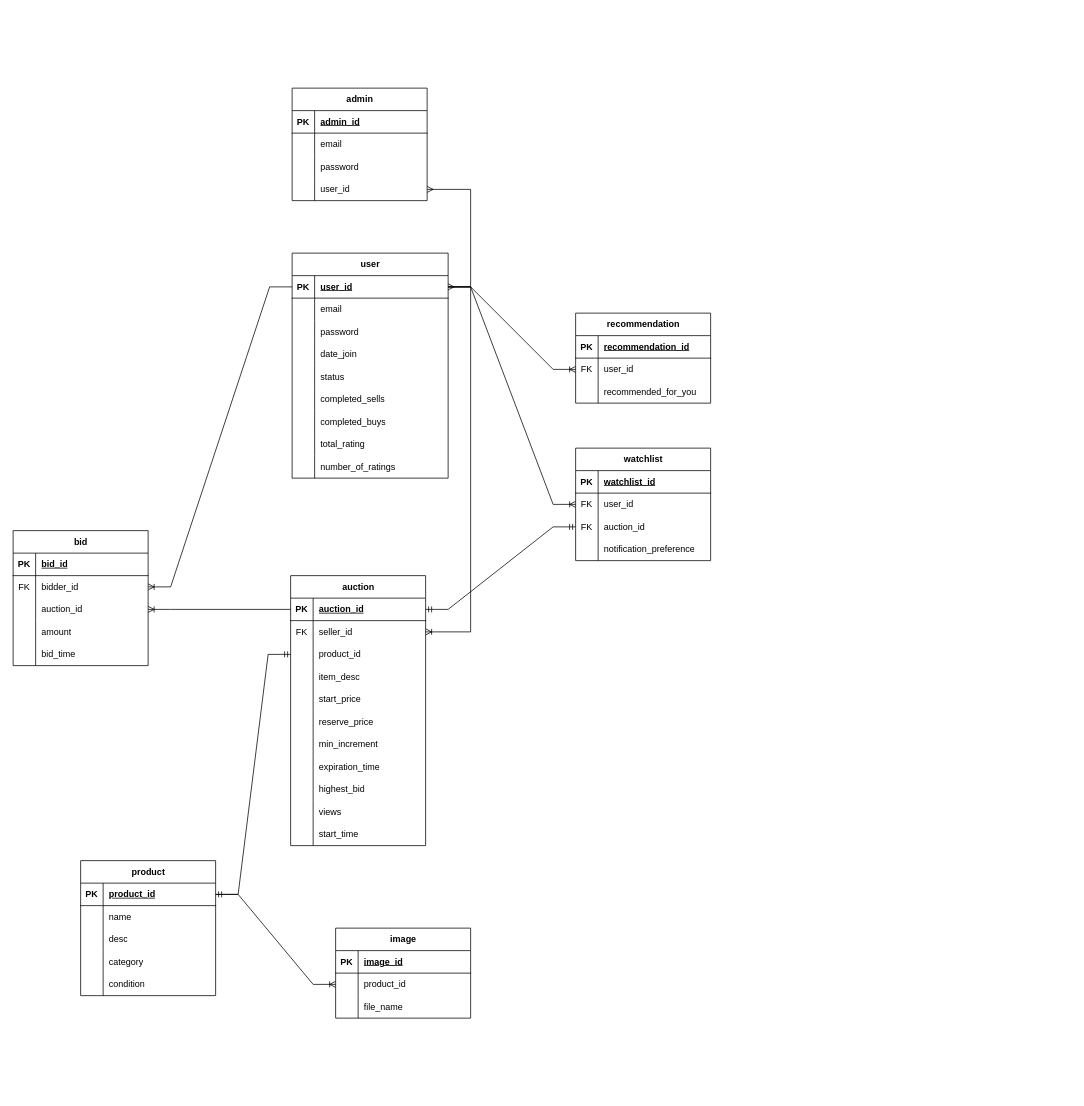
Earlier version of the draw.io diagram Untitled Diagram.drawio (TufayelM/auction_website). Source tidied: cells renumbered, new cells numbered last; positions are measured from the earlier drawing's top-left corner, leaving out a move shared by most shapes. Both pictures are drawn from the tidied source at 75%, with x=0, y=0 at pixel (13, 88).
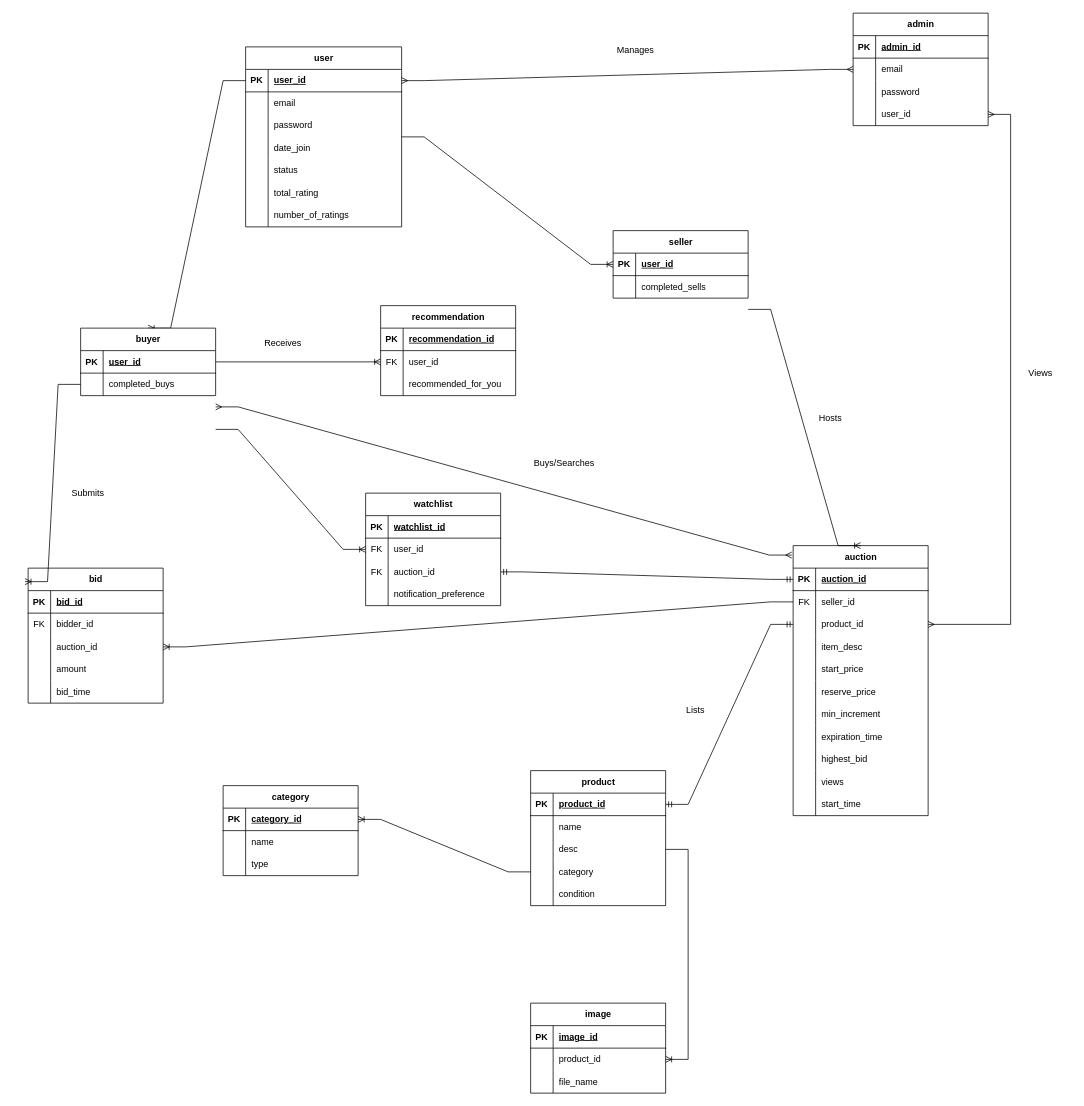
After the change.

Commit message:
Post feedback

Unchanged cells that the change refers to:
```xml
<mxCell id="3" style="shape=tableRow;horizontal=0;startSize=0;swimlaneHead=0;swimlaneBody=0;fillColor=none;points=[[0,0.5],[1,0.5]];portConstraint=eastwest;top=0;left=0;right=0;bottom=1;" parent="2" vertex="1">
  <mxGeometry y="30" width="208" height="30" as="geometry" />
</mxCell>
<mxCell id="34" style="shape=tableRow;horizontal=0;startSize=0;swimlaneHead=0;swimlaneBody=0;fillColor=none;points=[[0,0.5],[1,0.5]];portConstraint=eastwest;top=0;left=0;right=0;bottom=0;" parent="30" vertex="1">
  <mxGeometry y="60" width="180" height="30" as="geometry" />
</mxCell>
<mxCell id="37" style="shape=tableRow;horizontal=0;startSize=0;swimlaneHead=0;swimlaneBody=0;fillColor=none;points=[[0,0.5],[1,0.5]];portConstraint=eastwest;top=0;left=0;right=0;bottom=0;" parent="30" vertex="1">
  <mxGeometry y="90" width="180" height="30" as="geometry" />
</mxCell>
<mxCell id="47" style="shape=tableRow;horizontal=0;startSize=0;swimlaneHead=0;swimlaneBody=0;fillColor=none;points=[[0,0.5],[1,0.5]];portConstraint=eastwest;top=0;left=0;right=0;bottom=1;" parent="46" vertex="1">
  <mxGeometry y="30" width="180" height="30" as="geometry" />
</mxCell>
<mxCell id="50" style="shape=tableRow;horizontal=0;startSize=0;swimlaneHead=0;swimlaneBody=0;fillColor=none;points=[[0,0.5],[1,0.5]];portConstraint=eastwest;top=0;left=0;right=0;bottom=0;" parent="46" vertex="1">
  <mxGeometry y="60" width="180" height="30" as="geometry" />
</mxCell>
<mxCell id="53" style="shape=tableRow;horizontal=0;startSize=0;swimlaneHead=0;swimlaneBody=0;fillColor=none;points=[[0,0.5],[1,0.5]];portConstraint=eastwest;top=0;left=0;right=0;bottom=0;" parent="46" vertex="1">
  <mxGeometry y="90" width="180" height="30" as="geometry" />
</mxCell>
<mxCell id="84" style="shape=tableRow;horizontal=0;startSize=0;swimlaneHead=0;swimlaneBody=0;fillColor=none;points=[[0,0.5],[1,0.5]];portConstraint=eastwest;top=0;left=0;right=0;bottom=1;" parent="83" vertex="1">
  <mxGeometry y="30" width="180" height="30" as="geometry" />
</mxCell>
<mxCell id="90" style="shape=tableRow;horizontal=0;startSize=0;swimlaneHead=0;swimlaneBody=0;fillColor=none;points=[[0,0.5],[1,0.5]];portConstraint=eastwest;top=0;left=0;right=0;bottom=0;" parent="83" vertex="1">
  <mxGeometry y="90" width="180" height="30" as="geometry" />
</mxCell>
<mxCell id="93" style="shape=tableRow;horizontal=0;startSize=0;swimlaneHead=0;swimlaneBody=0;fillColor=none;points=[[0,0.5],[1,0.5]];portConstraint=eastwest;top=0;left=0;right=0;bottom=0;" parent="83" vertex="1">
  <mxGeometry y="120" width="180" height="30" as="geometry" />
</mxCell>
<mxCell id="103" style="shape=tableRow;horizontal=0;startSize=0;swimlaneHead=0;swimlaneBody=0;fillColor=none;points=[[0,0.5],[1,0.5]];portConstraint=eastwest;top=0;left=0;right=0;bottom=0;" parent="99" vertex="1">
  <mxGeometry y="60" width="180" height="30" as="geometry" />
</mxCell>
<mxCell id="115" style="shape=tableRow;horizontal=0;startSize=0;swimlaneHead=0;swimlaneBody=0;fillColor=none;points=[[0,0.5],[1,0.5]];portConstraint=eastwest;top=0;left=0;right=0;bottom=0;" parent="111" vertex="1">
  <mxGeometry y="60" width="180" height="30" as="geometry" />
</mxCell>
<mxCell id="130" style="shape=tableRow;horizontal=0;startSize=0;swimlaneHead=0;swimlaneBody=0;fillColor=none;points=[[0,0.5],[1,0.5]];portConstraint=eastwest;top=0;left=0;right=0;bottom=0;" parent="126" vertex="1">
  <mxGeometry y="60" width="180" height="30" as="geometry" />
</mxCell>
<mxCell id="147" style="shape=tableRow;horizontal=0;startSize=0;swimlaneHead=0;swimlaneBody=0;fillColor=none;points=[[0,0.5],[1,0.5]];portConstraint=eastwest;top=0;left=0;right=0;bottom=0;" parent="137" vertex="1">
  <mxGeometry y="120" width="180" height="30" as="geometry" />
</mxCell>
```

Change to the diagram source:
```diff
@@
     <mxCell id="2" value="user" style="shape=table;startSize=30;childLayout=tableLayout;rowLines=0;fontStyle=1;align=center;html=1;" parent="1" vertex="1">
-      <mxGeometry x="372" y="220" width="208" height="300" as="geometry" />
+      <mxGeometry x="310" y="-55" width="208" height="240" as="geometry" />
     </mxCell>
@@
-    <mxCell id="18" style="shape=tableRow;horizontal=0;startSize=0;swimlaneHead=0;swimlaneBody=0;fillColor=none;top=0;left=0;right=0;bottom=0;" parent="2" vertex="1">
-      <mxGeometry y="180" width="208" height="30" as="geometry" />
-    </mxCell>
-    <mxCell id="19" style="shape=partialRectangle;fillColor=none;top=0;left=0;bottom=0;right=0;overflow=hidden;whiteSpace=wrap;html=1;" parent="18" vertex="1">
-      <mxGeometry width="30" height="30" as="geometry" />
-    </mxCell>
-    <mxCell id="20" value="completed_sells" style="shape=partialRectangle;fillColor=none;top=0;left=0;bottom=0;right=0;align=left;spacingLeft=6;overflow=hidden;whiteSpace=wrap;html=1;" parent="18" vertex="1">
-      <mxGeometry x="30" width="178" height="30" as="geometry" />
-    </mxCell>
-    <mxCell id="21" style="shape=tableRow;horizontal=0;startSize=0;swimlaneHead=0;swimlaneBody=0;fillColor=none;top=0;left=0;right=0;bottom=0;" parent="2" vertex="1">
-      <mxGeometry y="210" width="208" height="30" as="geometry" />
-    </mxCell>
-    <mxCell id="22" style="shape=partialRectangle;fillColor=none;top=0;left=0;bottom=0;right=0;overflow=hidden;whiteSpace=wrap;html=1;" parent="21" vertex="1">
-      <mxGeometry width="30" height="30" as="geometry" />
-    </mxCell>
-    <mxCell id="23" value="completed_buys" style="shape=partialRectangle;fillColor=none;top=0;left=0;bottom=0;right=0;align=left;spacingLeft=6;overflow=hidden;whiteSpace=wrap;html=1;" parent="21" vertex="1">
-      <mxGeometry x="30" width="178" height="30" as="geometry" />
-    </mxCell>
     <mxCell id="24" style="shape=tableRow;horizontal=0;startSize=0;swimlaneHead=0;swimlaneBody=0;fillColor=none;top=0;left=0;right=0;bottom=0;" parent="2" vertex="1">
-      <mxGeometry y="240" width="208" height="30" as="geometry" />
+      <mxGeometry y="180" width="208" height="30" as="geometry" />
     </mxCell>
@@
     <mxCell id="27" style="shape=tableRow;horizontal=0;startSize=0;swimlaneHead=0;swimlaneBody=0;fillColor=none;top=0;left=0;right=0;bottom=0;" parent="2" vertex="1">
-      <mxGeometry y="270" width="208" height="30" as="geometry" />
+      <mxGeometry y="210" width="208" height="30" as="geometry" />
     </mxCell>
@@
     <mxCell id="30" value="bid" style="shape=table;startSize=30;childLayout=tableLayout;rowLines=0;fontStyle=1;align=center;html=1;" parent="1" vertex="1">
-      <mxGeometry y="590" width="180" height="180" as="geometry" />
+      <mxGeometry x="20" y="640" width="180" height="180" as="geometry" />
     </mxCell>
@@
     <mxCell id="46" value="auction" style="shape=table;startSize=30;childLayout=tableLayout;rowLines=0;fontStyle=1;align=center;html=1;" parent="1" vertex="1">
-      <mxGeometry x="370" y="650" width="180" height="360" as="geometry" />
+      <mxGeometry x="1040" y="610" width="180" height="360" as="geometry" />
     </mxCell>
@@
-    <mxCell id="80" style="edgeStyle=entityRelationEdgeStyle;fontSize=12;html=1;endArrow=ERoneToMany;rounded=0;" parent="1" edge="1" source="3" target="34">
+    <mxCell id="80" style="edgeStyle=entityRelationEdgeStyle;fontSize=12;html=1;endArrow=ERoneToMany;rounded=0;entryX=0.5;entryY=0;entryDx=0;entryDy=0;" parent="1" edge="1" source="3" target="157">
       <mxGeometry relative="1" as="geometry" />
     </mxCell>
-    <mxCell id="81" style="edgeStyle=entityRelationEdgeStyle;fontSize=12;html=1;endArrow=ERoneToMany;rounded=0;" parent="1" edge="1" source="3" target="50">
+    <mxCell id="81" style="edgeStyle=entityRelationEdgeStyle;fontSize=12;html=1;endArrow=ERoneToMany;rounded=0;" parent="1" edge="1" source="2" target="151">
       <mxGeometry relative="1" as="geometry" />
     </mxCell>
-    <mxCell id="82" style="edgeStyle=entityRelationEdgeStyle;fontSize=12;html=1;endArrow=ERoneToMany;rounded=0;" parent="1" edge="1" source="47" target="37">
+    <mxCell id="82" style="edgeStyle=entityRelationEdgeStyle;fontSize=12;html=1;endArrow=ERoneToMany;rounded=0;" parent="1" edge="1" source="50" target="37">
       <mxGeometry relative="1" as="geometry" />
     </mxCell>
     <mxCell id="83" value="product" style="shape=table;startSize=30;childLayout=tableLayout;rowLines=0;fontStyle=1;align=center;html=1;" parent="1" vertex="1">
-      <mxGeometry x="90" y="1030" width="180" height="180" as="geometry" />
+      <mxGeometry x="690" y="910" width="180" height="180" as="geometry" />
     </mxCell>
@@
     <mxCell id="99" value="image" style="shape=table;startSize=30;childLayout=tableLayout;rowLines=0;fontStyle=1;align=center;html=1;" parent="1" vertex="1">
-      <mxGeometry x="430" y="1120" width="180" height="120" as="geometry" />
+      <mxGeometry x="690" y="1220" width="180" height="120" as="geometry" />
     </mxCell>
@@
-    <mxCell id="109" style="edgeStyle=entityRelationEdgeStyle;fontSize=12;html=1;endArrow=ERoneToMany;rounded=0;" parent="1" edge="1" source="84" target="103">
+    <mxCell id="109" style="edgeStyle=entityRelationEdgeStyle;fontSize=12;html=1;endArrow=ERoneToMany;rounded=0;exitX=1;exitY=0.5;exitDx=0;exitDy=0;" parent="1" edge="1" source="90" target="103">
       <mxGeometry relative="1" as="geometry" />
     </mxCell>
@@
     <mxCell id="111" value="watchlist" style="shape=table;startSize=30;childLayout=tableLayout;rowLines=0;fontStyle=1;align=center;html=1;" parent="1" vertex="1">
-      <mxGeometry x="750" y="480" width="180" height="150" as="geometry" />
+      <mxGeometry x="470" y="540" width="180" height="150" as="geometry" />
     </mxCell>
@@
-    <mxCell id="124" style="edgeStyle=entityRelationEdgeStyle;fontSize=12;html=1;endArrow=ERoneToMany;rounded=0;" parent="1" edge="1" source="3" target="115">
-      <mxGeometry relative="1" as="geometry" />
+    <mxCell id="124" style="edgeStyle=entityRelationEdgeStyle;fontSize=12;html=1;endArrow=ERoneToMany;rounded=0;" parent="1" edge="1" target="115">
+      <mxGeometry relative="1" as="geometry">
+        <mxPoint x="270" y="455" as="sourcePoint" />
+      </mxGeometry>
     </mxCell>
@@
     <mxCell id="126" value="recommendation" style="shape=table;startSize=30;childLayout=tableLayout;rowLines=0;fontStyle=1;align=center;html=1;" parent="1" vertex="1">
-      <mxGeometry x="750" y="300" width="180" height="120" as="geometry" />
+      <mxGeometry x="490" y="290" width="180" height="120" as="geometry" />
     </mxCell>
@@
-    <mxCell id="136" style="edgeStyle=entityRelationEdgeStyle;fontSize=12;html=1;endArrow=ERoneToMany;rounded=0;entryX=0;entryY=0.5;entryDx=0;entryDy=0;exitX=1;exitY=0.5;exitDx=0;exitDy=0;" parent="1" edge="1" source="3" target="130">
+    <mxCell id="136" style="edgeStyle=entityRelationEdgeStyle;fontSize=12;html=1;endArrow=ERoneToMany;rounded=0;entryX=0;entryY=0.5;entryDx=0;entryDy=0;" parent="1" edge="1" source="158" target="130">
       <mxGeometry relative="1" as="geometry" />
     </mxCell>
     <mxCell id="137" value="admin" style="shape=table;startSize=30;childLayout=tableLayout;rowLines=0;fontStyle=1;align=center;html=1;" parent="1" vertex="1">
-      <mxGeometry x="372" width="180" height="150" as="geometry" />
+      <mxGeometry x="1120" y="-100" width="180" height="150" as="geometry" />
     </mxCell>
@@
-    <mxCell id="150" style="edgeStyle=entityRelationEdgeStyle;fontSize=12;html=1;endArrow=ERmany;startArrow=ERmany;rounded=0;" parent="1" edge="1" source="3" target="147">
+    <mxCell id="150" style="edgeStyle=entityRelationEdgeStyle;fontSize=12;html=1;endArrow=ERmany;startArrow=ERmany;rounded=0;" parent="1" edge="1" source="3" target="137">
       <mxGeometry relative="1" as="geometry" />
     </mxCell>
+    <mxCell id="151" value="seller" style="shape=table;startSize=30;childLayout=tableLayout;rowLines=0;fontStyle=1;align=center;html=1;" parent="1" vertex="1">
+      <mxGeometry x="800" y="190" width="180" height="90" as="geometry" />
+    </mxCell>
+    <mxCell id="152" style="shape=tableRow;horizontal=0;startSize=0;swimlaneHead=0;swimlaneBody=0;fillColor=none;top=0;left=0;right=0;bottom=1;" parent="151" vertex="1">
+      <mxGeometry y="30" width="180" height="30" as="geometry" />
+    </mxCell>
+    <mxCell id="153" value="PK" style="shape=partialRectangle;fillColor=none;top=0;left=0;bottom=0;right=0;fontStyle=1;overflow=hidden;whiteSpace=wrap;html=1;" parent="152" vertex="1">
+      <mxGeometry width="30" height="30" as="geometry" />
+    </mxCell>
+    <mxCell id="154" value="user_id" style="shape=partialRectangle;fillColor=none;top=0;left=0;bottom=0;right=0;align=left;spacingLeft=6;fontStyle=5;overflow=hidden;whiteSpace=wrap;html=1;" parent="152" vertex="1">
+      <mxGeometry x="30" width="150" height="30" as="geometry" />
+    </mxCell>
+    <mxCell id="155" style="shape=tableRow;horizontal=0;startSize=0;swimlaneHead=0;swimlaneBody=0;fillColor=none;top=0;left=0;right=0;bottom=0;" parent="151" vertex="1">
+      <mxGeometry y="60" width="180" height="30" as="geometry" />
+    </mxCell>
+    <mxCell id="156" style="shape=partialRectangle;fillColor=none;top=0;left=0;bottom=0;right=0;overflow=hidden;whiteSpace=wrap;html=1;" parent="155" vertex="1">
+      <mxGeometry width="30" height="30" as="geometry" />
+    </mxCell>
+    <mxCell id="20" value="completed_sells" style="shape=partialRectangle;fillColor=none;top=0;left=0;bottom=0;right=0;align=left;spacingLeft=6;overflow=hidden;whiteSpace=wrap;html=1;" parent="155" vertex="1">
+      <mxGeometry x="30" width="150" height="30" as="geometry" />
+    </mxCell>
+    <mxCell id="157" value="buyer" style="shape=table;startSize=30;childLayout=tableLayout;rowLines=0;fontStyle=1;align=center;html=1;" parent="1" vertex="1">
+      <mxGeometry x="90" y="320" width="180" height="90" as="geometry" />
+    </mxCell>
+    <mxCell id="158" style="shape=tableRow;horizontal=0;startSize=0;swimlaneHead=0;swimlaneBody=0;fillColor=none;points=[[0,0.5],[1,0.5]];portConstraint=eastwest;top=0;left=0;right=0;bottom=1;" parent="157" vertex="1">
+      <mxGeometry y="30" width="180" height="30" as="geometry" />
+    </mxCell>
+    <mxCell id="159" value="PK" style="shape=partialRectangle;fillColor=none;top=0;left=0;bottom=0;right=0;fontStyle=1;overflow=hidden;whiteSpace=wrap;html=1;" parent="158" vertex="1">
+      <mxGeometry width="30" height="30" as="geometry" />
+    </mxCell>
+    <mxCell id="160" value="user_id" style="shape=partialRectangle;fillColor=none;top=0;left=0;bottom=0;right=0;align=left;spacingLeft=6;fontStyle=5;overflow=hidden;whiteSpace=wrap;html=1;" parent="158" vertex="1">
+      <mxGeometry x="30" width="150" height="30" as="geometry" />
+    </mxCell>
+    <mxCell id="161" style="shape=tableRow;horizontal=0;startSize=0;swimlaneHead=0;swimlaneBody=0;fillColor=none;points=[[0,0.5],[1,0.5]];portConstraint=eastwest;top=0;left=0;right=0;bottom=0;" parent="157" vertex="1">
+      <mxGeometry y="60" width="180" height="30" as="geometry" />
+    </mxCell>
+    <mxCell id="162" style="shape=partialRectangle;fillColor=none;top=0;left=0;bottom=0;right=0;overflow=hidden;whiteSpace=wrap;html=1;" parent="161" vertex="1">
+      <mxGeometry width="30" height="30" as="geometry" />
+    </mxCell>
+    <mxCell id="23" value="completed_buys" style="shape=partialRectangle;fillColor=none;top=0;left=0;bottom=0;right=0;align=left;spacingLeft=6;overflow=hidden;whiteSpace=wrap;html=1;" parent="161" vertex="1">
+      <mxGeometry x="30" width="150" height="30" as="geometry" />
+    </mxCell>
+    <mxCell id="163" style="edgeStyle=entityRelationEdgeStyle;fontSize=12;html=1;endArrow=ERoneToMany;rounded=0;entryX=-0.023;entryY=0.1;entryDx=0;entryDy=0;exitX=0;exitY=0.5;exitDx=0;exitDy=0;entryPerimeter=0;" parent="1" edge="1" source="161" target="30">
+      <mxGeometry relative="1" as="geometry" />
+    </mxCell>
+    <mxCell id="164" style="edgeStyle=entityRelationEdgeStyle;fontSize=12;html=1;endArrow=ERoneToMany;rounded=0;entryX=0.5;entryY=0;entryDx=0;entryDy=0;" parent="1" edge="1" target="46">
+      <mxGeometry relative="1" as="geometry">
+        <mxPoint x="980" y="295" as="sourcePoint" />
+      </mxGeometry>
+    </mxCell>
+    <mxCell id="165" style="edgeStyle=entityRelationEdgeStyle;fontSize=12;html=1;endArrow=ERmany;startArrow=ERmany;rounded=0;" parent="1" edge="1" source="53" target="147">
+      <mxGeometry relative="1" as="geometry" />
+    </mxCell>
+    <mxCell id="166" value="category" style="shape=table;startSize=30;childLayout=tableLayout;rowLines=0;fontStyle=1;align=center;html=1;" parent="1" vertex="1">
+      <mxGeometry x="280" y="930" width="180" height="120" as="geometry" />
+    </mxCell>
+    <mxCell id="167" style="shape=tableRow;horizontal=0;startSize=0;swimlaneHead=0;swimlaneBody=0;fillColor=none;points=[[0,0.5],[1,0.5]];portConstraint=eastwest;top=0;left=0;right=0;bottom=1;" parent="166" vertex="1">
+      <mxGeometry y="30" width="180" height="30" as="geometry" />
+    </mxCell>
+    <mxCell id="168" value="PK" style="shape=partialRectangle;fillColor=none;top=0;left=0;bottom=0;right=0;fontStyle=1;overflow=hidden;whiteSpace=wrap;html=1;" parent="167" vertex="1">
+      <mxGeometry width="30" height="30" as="geometry" />
+    </mxCell>
+    <mxCell id="169" value="category_id" style="shape=partialRectangle;fillColor=none;top=0;left=0;bottom=0;right=0;align=left;spacingLeft=6;fontStyle=5;overflow=hidden;whiteSpace=wrap;html=1;" parent="167" vertex="1">
+      <mxGeometry x="30" width="150" height="30" as="geometry" />
+    </mxCell>
+    <mxCell id="170" style="shape=tableRow;horizontal=0;startSize=0;swimlaneHead=0;swimlaneBody=0;fillColor=none;top=0;left=0;right=0;bottom=0;" parent="166" vertex="1">
+      <mxGeometry y="60" width="180" height="30" as="geometry" />
+    </mxCell>
+    <mxCell id="171" style="shape=partialRectangle;fillColor=none;top=0;left=0;bottom=0;right=0;overflow=hidden;whiteSpace=wrap;html=1;" parent="170" vertex="1">
+      <mxGeometry width="30" height="30" as="geometry" />
+    </mxCell>
+    <mxCell id="172" value="name" style="shape=partialRectangle;fillColor=none;top=0;left=0;bottom=0;right=0;align=left;spacingLeft=6;overflow=hidden;whiteSpace=wrap;html=1;" parent="170" vertex="1">
+      <mxGeometry x="30" width="150" height="30" as="geometry" />
+    </mxCell>
+    <mxCell id="173" style="shape=tableRow;horizontal=0;startSize=0;swimlaneHead=0;swimlaneBody=0;fillColor=none;top=0;left=0;right=0;bottom=0;" parent="166" vertex="1">
+      <mxGeometry y="90" width="180" height="30" as="geometry" />
+    </mxCell>
+    <mxCell id="174" style="shape=partialRectangle;fillColor=none;top=0;left=0;bottom=0;right=0;overflow=hidden;whiteSpace=wrap;html=1;" parent="173" vertex="1">
+      <mxGeometry width="30" height="30" as="geometry" />
+    </mxCell>
+    <mxCell id="175" value="type" style="shape=partialRectangle;fillColor=none;top=0;left=0;bottom=0;right=0;align=left;spacingLeft=6;overflow=hidden;whiteSpace=wrap;html=1;" parent="173" vertex="1">
+      <mxGeometry x="30" width="150" height="30" as="geometry" />
+    </mxCell>
+    <mxCell id="176" style="edgeStyle=entityRelationEdgeStyle;fontSize=12;html=1;endArrow=ERoneToMany;rounded=0;entryX=1;entryY=0.5;entryDx=0;entryDy=0;" parent="1" edge="1" source="93" target="167">
+      <mxGeometry relative="1" as="geometry" />
+    </mxCell>
+    <mxCell id="177" value="Manages" style="text;strokeColor=none;align=center;fillColor=none;html=1;verticalAlign=middle;whiteSpace=wrap;rounded=0;" parent="1" vertex="1">
+      <mxGeometry x="790" y="-70" width="80" height="40" as="geometry" />
+    </mxCell>
+    <mxCell id="178" value="Hosts" style="text;strokeColor=none;align=center;fillColor=none;html=1;verticalAlign=middle;whiteSpace=wrap;rounded=0;" parent="1" vertex="1">
+      <mxGeometry x="1050" y="420" width="80" height="40" as="geometry" />
+    </mxCell>
+    <mxCell id="179" value="Views" style="text;strokeColor=none;align=center;fillColor=none;html=1;verticalAlign=middle;whiteSpace=wrap;rounded=0;" parent="1" vertex="1">
+      <mxGeometry x="1330" y="360" width="80" height="40" as="geometry" />
+    </mxCell>
+    <mxCell id="180" value="Receives" style="text;strokeColor=none;align=center;fillColor=none;html=1;verticalAlign=middle;whiteSpace=wrap;rounded=0;" parent="1" vertex="1">
+      <mxGeometry x="320" y="320" width="80" height="40" as="geometry" />
+    </mxCell>
+    <mxCell id="181" value="Submits" style="text;strokeColor=none;align=center;fillColor=none;html=1;verticalAlign=middle;whiteSpace=wrap;rounded=0;" parent="1" vertex="1">
+      <mxGeometry x="60" y="520" width="80" height="40" as="geometry" />
+    </mxCell>
+    <mxCell id="182" value="Lists" style="text;strokeColor=none;align=center;fillColor=none;html=1;verticalAlign=middle;whiteSpace=wrap;rounded=0;" parent="1" vertex="1">
+      <mxGeometry x="870" y="810" width="80" height="40" as="geometry" />
+    </mxCell>
+    <mxCell id="183" style="edgeStyle=entityRelationEdgeStyle;fontSize=12;html=1;endArrow=ERmany;startArrow=ERmany;rounded=0;entryX=-0.01;entryY=0.035;entryDx=0;entryDy=0;entryPerimeter=0;" parent="1" edge="1" target="46">
+      <mxGeometry relative="1" as="geometry">
+        <mxPoint x="270" y="425" as="sourcePoint" />
+      </mxGeometry>
+    </mxCell>
+    <mxCell id="184" value="Buys/Searches" style="text;strokeColor=none;align=center;fillColor=none;html=1;verticalAlign=middle;whiteSpace=wrap;rounded=0;" parent="1" vertex="1">
+      <mxGeometry x="680" y="480" width="110" height="40" as="geometry" />
+    </mxCell>
```
